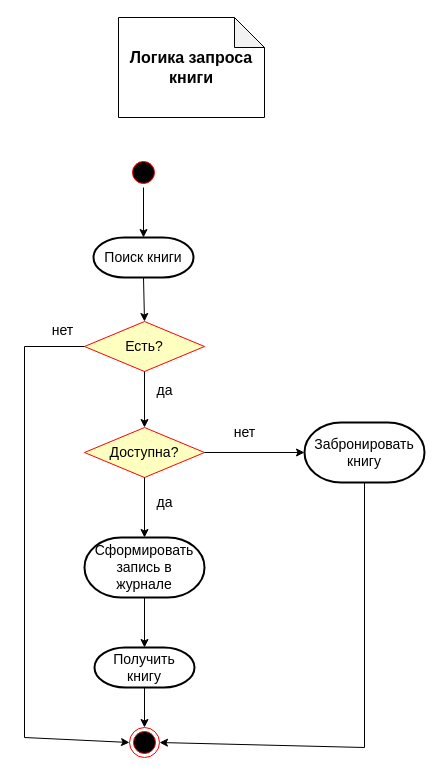
Before: Документы/Диаграммы/ЗапросКниги.drawio in elaktionovtop/Library, a draw.io diagram. Source tidied: cells renumbered, new cells numbered last; positions are measured from the earlier drawing's top-left corner, leaving out a move shared by most shapes. Both pictures are drawn from the tidied source at 100%, with x=0, y=0 at pixel (24, 17).
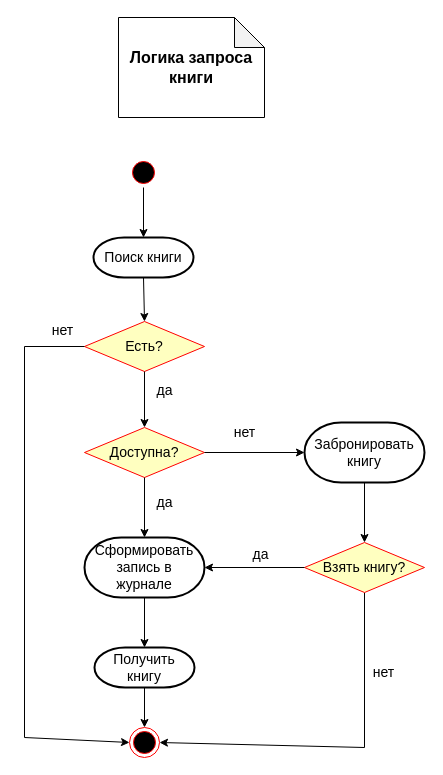
The same page after the edit.

Unchanged cells that the change refers to:
```xml
<mxCell id="12" value="&lt;font style=&quot;font-size: 14px;&quot;&gt;Сформировать&lt;/font&gt;&lt;div&gt;&lt;font style=&quot;font-size: 14px;&quot;&gt;запись в&lt;/font&gt;&lt;/div&gt;&lt;div&gt;&lt;font style=&quot;font-size: 14px;&quot;&gt;журнале&lt;/font&gt;&lt;/div&gt;" style="strokeWidth=2;html=1;shape=mxgraph.flowchart.terminator;whiteSpace=wrap;" parent="1" vertex="1">
  <mxGeometry x="60" y="520" width="120" height="60" as="geometry" />
</mxCell>
<mxCell id="15" style="ellipse;html=1;shape=endState;fillColor=#000000;strokeColor=#ff0000;" parent="1" vertex="1">
  <mxGeometry x="105" y="710" width="30" height="30" as="geometry" />
</mxCell>
<mxCell id="21" value="&lt;span style=&quot;font-size: 14px;&quot;&gt;Забронировать&lt;/span&gt;&lt;div&gt;&lt;span style=&quot;font-size: 14px;&quot;&gt;книгу&lt;/span&gt;&lt;/div&gt;" style="strokeWidth=2;html=1;shape=mxgraph.flowchart.terminator;whiteSpace=wrap;" parent="1" vertex="1">
  <mxGeometry x="280" y="405" width="120" height="60" as="geometry" />
</mxCell>
```

Change to the diagram source:
```diff
@@
-    <mxCell id="3" style="endArrow=classic;html=1;rounded=0;exitX=0.5;exitY=1;exitDx=0;exitDy=0;exitPerimeter=0;entryX=1;entryY=0.5;entryDx=0;entryDy=0;" parent="1" edge="1" source="21" target="15">
+    <mxCell id="3" style="endArrow=classic;html=1;rounded=0;entryX=1;entryY=0.5;entryDx=0;entryDy=0;exitX=0.5;exitY=1;exitDx=0;exitDy=0;" parent="1" edge="1" source="24" target="15">
       <mxGeometry relative="1" as="geometry">
         <Array as="points">
           <mxPoint x="340" y="730" />
         </Array>
       </mxGeometry>
     </mxCell>
@@
+    <mxCell id="24" value="&lt;font style=&quot;font-size: 14px;&quot;&gt;Взять книгу?&lt;/font&gt;" style="rhombus;whiteSpace=wrap;html=1;fontColor=#000000;fillColor=#ffffc0;strokeColor=#ff0000;" parent="1" vertex="1">
+      <mxGeometry x="280" y="525" width="120" height="50" as="geometry" />
+    </mxCell>
+    <mxCell id="25" style="endArrow=classic;html=1;rounded=0;exitX=0.5;exitY=1;exitDx=0;exitDy=0;exitPerimeter=0;entryX=0.5;entryY=0;entryDx=0;entryDy=0;" parent="1" edge="1" source="21" target="24">
+      <mxGeometry relative="1" as="geometry" />
+    </mxCell>
+    <mxCell id="26" style="endArrow=classic;html=1;rounded=0;exitX=0;exitY=0.5;exitDx=0;exitDy=0;entryX=1;entryY=0.5;entryDx=0;entryDy=0;entryPerimeter=0;" parent="1" edge="1" source="24" target="12">
+      <mxGeometry relative="1" as="geometry" />
+    </mxCell>
+    <mxCell id="27" value="&lt;font style=&quot;font-size: 14px;&quot;&gt;да&lt;/font&gt;" style="text;html=1;align=center;verticalAlign=middle;strokeColor=none;fillColor=none;" parent="1" vertex="1">
+      <mxGeometry x="216" y="522" width="40" height="30" as="geometry" />
+    </mxCell>
+    <mxCell id="28" value="&lt;font style=&quot;font-size: 14px;&quot;&gt;нет&lt;/font&gt;" style="text;html=1;align=center;verticalAlign=middle;strokeColor=none;fillColor=none;" parent="1" vertex="1">
+      <mxGeometry x="339" y="640" width="40" height="30" as="geometry" />
+    </mxCell>
```
